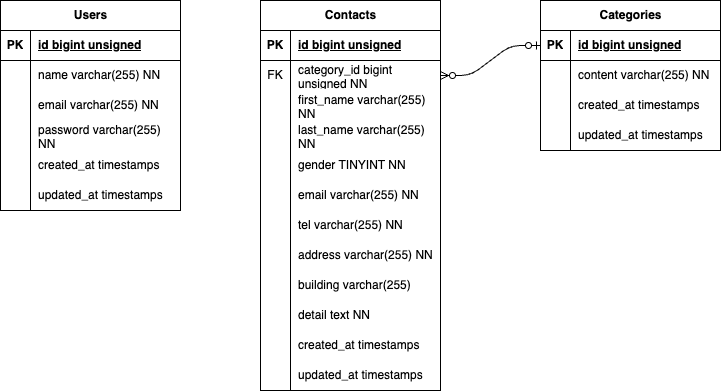
Earlier version of the draw.io export docs/er.drawio.png (YumiOotake/contact-form-test). Source tidied: cells renumbered, new cells last; positions are measured from the earlier drawing's top-left corner, leaving out a move shared by most shapes.
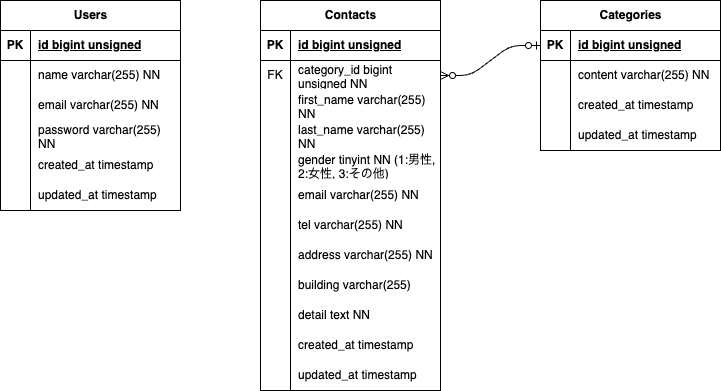
Above is the later version.

Diff of the diagram source:
```diff
@@ -47,7 +47,7 @@
     <mxCell id="16" style="shape=partialRectangle;fillColor=none;top=0;left=0;bottom=0;right=0;overflow=hidden;whiteSpace=wrap;html=1;" parent="15" vertex="1">
       <mxGeometry width="30" height="30" as="geometry" />
     </mxCell>
-    <mxCell id="17" value="&lt;span style=&quot;color: rgb(0, 0, 0);&quot;&gt;created_at timestamps&amp;nbsp;&amp;nbsp;&lt;/span&gt;" style="shape=partialRectangle;fillColor=none;top=0;left=0;bottom=0;right=0;align=left;spacingLeft=6;overflow=hidden;whiteSpace=wrap;html=1;" parent="15" vertex="1">
+    <mxCell id="17" value="&lt;span style=&quot;color: rgb(0, 0, 0);&quot;&gt;created_at timestamp&amp;nbsp;&amp;nbsp;&lt;/span&gt;" style="shape=partialRectangle;fillColor=none;top=0;left=0;bottom=0;right=0;align=left;spacingLeft=6;overflow=hidden;whiteSpace=wrap;html=1;" parent="15" vertex="1">
       <mxGeometry x="30" width="150" height="30" as="geometry" />
     </mxCell>
     <mxCell id="18" style="shape=tableRow;horizontal=0;startSize=0;swimlaneHead=0;swimlaneBody=0;fillColor=none;top=0;left=0;right=0;bottom=0;" parent="2" vertex="1">
@@ -56,7 +56,7 @@
     <mxCell id="19" style="shape=partialRectangle;fillColor=none;top=0;left=0;bottom=0;right=0;overflow=hidden;whiteSpace=wrap;html=1;" parent="18" vertex="1">
       <mxGeometry width="30" height="30" as="geometry" />
     </mxCell>
-    <mxCell id="20" value="&lt;span style=&quot;color: rgb(0, 0, 0);&quot;&gt;updated_at timestamps&amp;nbsp;&amp;nbsp;&lt;/span&gt;" style="shape=partialRectangle;fillColor=none;top=0;left=0;bottom=0;right=0;align=left;spacingLeft=6;overflow=hidden;whiteSpace=wrap;html=1;" parent="18" vertex="1">
+    <mxCell id="20" value="&lt;span style=&quot;color: rgb(0, 0, 0);&quot;&gt;updated_at timestamp&lt;/span&gt;" style="shape=partialRectangle;fillColor=none;top=0;left=0;bottom=0;right=0;align=left;spacingLeft=6;overflow=hidden;whiteSpace=wrap;html=1;" parent="18" vertex="1">
       <mxGeometry x="30" width="150" height="30" as="geometry" />
     </mxCell>
     <mxCell id="21" value="Contacts" style="shape=table;startSize=30;rowLines=0;fontStyle=1;align=center;html=1;" parent="1" vertex="1">
@@ -104,7 +104,7 @@
     <mxCell id="35" style="shape=partialRectangle;fillColor=none;top=0;left=0;bottom=0;right=0;overflow=hidden;whiteSpace=wrap;html=1;" parent="34" vertex="1">
       <mxGeometry width="30" height="30" as="geometry" />
     </mxCell>
-    <mxCell id="36" value="&lt;span style=&quot;color: rgb(0, 0, 0);&quot;&gt;gender TINYINT NN&lt;/span&gt;" style="shape=partialRectangle;fillColor=none;top=0;left=0;bottom=0;right=0;align=left;spacingLeft=6;overflow=hidden;whiteSpace=wrap;html=1;" parent="34" vertex="1">
+    <mxCell id="36" value="&lt;div style=&quot;&quot;&gt;&lt;span style=&quot;color: rgb(0, 0, 0);&quot;&gt;gender tinyint NN (1:男性, 2:女性, 3:その他)&lt;/span&gt;&lt;/div&gt;" style="shape=partialRectangle;fillColor=none;top=0;left=0;bottom=0;right=0;align=left;spacingLeft=6;overflow=hidden;whiteSpace=wrap;html=1;" parent="34" vertex="1">
       <mxGeometry x="30" width="150" height="30" as="geometry" />
     </mxCell>
     <mxCell id="37" style="shape=tableRow;horizontal=0;startSize=0;swimlaneHead=0;swimlaneBody=0;fillColor=none;top=0;left=0;right=0;bottom=0;" parent="21" vertex="1">
@@ -158,7 +158,7 @@
     <mxCell id="53" style="shape=partialRectangle;fillColor=none;top=0;left=0;bottom=0;right=0;overflow=hidden;whiteSpace=wrap;html=1;" parent="52" vertex="1">
       <mxGeometry width="30" height="30" as="geometry" />
     </mxCell>
-    <mxCell id="54" value="&lt;span style=&quot;color: rgb(0, 0, 0);&quot;&gt;created_at timestamps&amp;nbsp;&amp;nbsp;&lt;/span&gt;" style="shape=partialRectangle;fillColor=none;top=0;left=0;bottom=0;right=0;align=left;spacingLeft=6;overflow=hidden;whiteSpace=wrap;html=1;" parent="52" vertex="1">
+    <mxCell id="54" value="&lt;span style=&quot;color: rgb(0, 0, 0);&quot;&gt;created_at timestamp&amp;nbsp;&lt;/span&gt;" style="shape=partialRectangle;fillColor=none;top=0;left=0;bottom=0;right=0;align=left;spacingLeft=6;overflow=hidden;whiteSpace=wrap;html=1;" parent="52" vertex="1">
       <mxGeometry x="30" width="150" height="30" as="geometry" />
     </mxCell>
     <mxCell id="55" style="shape=tableRow;horizontal=0;startSize=0;swimlaneHead=0;swimlaneBody=0;fillColor=none;top=0;left=0;right=0;bottom=0;" parent="21" vertex="1">
@@ -167,7 +167,7 @@
     <mxCell id="56" style="shape=partialRectangle;fillColor=none;top=0;left=0;bottom=0;right=0;overflow=hidden;whiteSpace=wrap;html=1;" parent="55" vertex="1">
       <mxGeometry width="30" height="30" as="geometry" />
     </mxCell>
-    <mxCell id="57" value="&lt;span style=&quot;color: rgb(0, 0, 0);&quot;&gt;updated_at timestamps&amp;nbsp;&amp;nbsp;&lt;/span&gt;" style="shape=partialRectangle;fillColor=none;top=0;left=0;bottom=0;right=0;align=left;spacingLeft=6;overflow=hidden;whiteSpace=wrap;html=1;" parent="55" vertex="1">
+    <mxCell id="57" value="&lt;span style=&quot;color: rgb(0, 0, 0);&quot;&gt;updated_at timestamp&amp;nbsp;&lt;/span&gt;" style="shape=partialRectangle;fillColor=none;top=0;left=0;bottom=0;right=0;align=left;spacingLeft=6;overflow=hidden;whiteSpace=wrap;html=1;" parent="55" vertex="1">
       <mxGeometry x="30" width="150" height="30" as="geometry" />
     </mxCell>
     <mxCell id="58" value="Categories" style="shape=table;startSize=30;rowLines=0;fontStyle=1;align=center;html=1;" parent="1" vertex="1">
@@ -197,7 +197,7 @@
     <mxCell id="66" style="shape=partialRectangle;fillColor=none;top=0;left=0;bottom=0;right=0;overflow=hidden;whiteSpace=wrap;html=1;" parent="65" vertex="1">
       <mxGeometry width="30" height="30" as="geometry" />
     </mxCell>
-    <mxCell id="67" value="&lt;span style=&quot;color: rgb(0, 0, 0);&quot;&gt;created_at timestamps&amp;nbsp;&amp;nbsp;&lt;/span&gt;" style="shape=partialRectangle;fillColor=none;top=0;left=0;bottom=0;right=0;align=left;spacingLeft=6;overflow=hidden;whiteSpace=wrap;html=1;" parent="65" vertex="1">
+    <mxCell id="67" value="&lt;span style=&quot;color: rgb(0, 0, 0);&quot;&gt;created_at timestamp&amp;nbsp;&amp;nbsp;&lt;/span&gt;" style="shape=partialRectangle;fillColor=none;top=0;left=0;bottom=0;right=0;align=left;spacingLeft=6;overflow=hidden;whiteSpace=wrap;html=1;" parent="65" vertex="1">
       <mxGeometry x="30" width="150" height="30" as="geometry" />
     </mxCell>
     <mxCell id="68" style="shape=tableRow;horizontal=0;startSize=0;swimlaneHead=0;swimlaneBody=0;fillColor=none;top=0;left=0;right=0;bottom=0;" parent="58" vertex="1">
@@ -206,7 +206,7 @@
     <mxCell id="69" style="shape=partialRectangle;fillColor=none;top=0;left=0;bottom=0;right=0;overflow=hidden;whiteSpace=wrap;html=1;" parent="68" vertex="1">
       <mxGeometry width="30" height="30" as="geometry" />
     </mxCell>
-    <mxCell id="70" value="&lt;span style=&quot;color: rgb(0, 0, 0);&quot;&gt;updated_at timestamps&amp;nbsp;&amp;nbsp;&lt;/span&gt;" style="shape=partialRectangle;fillColor=none;top=0;left=0;bottom=0;right=0;align=left;spacingLeft=6;overflow=hidden;whiteSpace=wrap;html=1;" parent="68" vertex="1">
+    <mxCell id="70" value="&lt;span style=&quot;color: rgb(0, 0, 0);&quot;&gt;updated_at timestamp&lt;/span&gt;" style="shape=partialRectangle;fillColor=none;top=0;left=0;bottom=0;right=0;align=left;spacingLeft=6;overflow=hidden;whiteSpace=wrap;html=1;" parent="68" vertex="1">
       <mxGeometry x="30" width="150" height="30" as="geometry" />
     </mxCell>
     <mxCell id="71" style="edgeStyle=entityRelationEdgeStyle;fontSize=12;html=1;endArrow=ERzeroToMany;startArrow=ERzeroToOne;exitX=0;exitY=0.5;exitDx=0;exitDy=0;entryX=1;entryY=0.5;entryDx=0;entryDy=0;" parent="1" edge="1" source="59" target="25">
```
